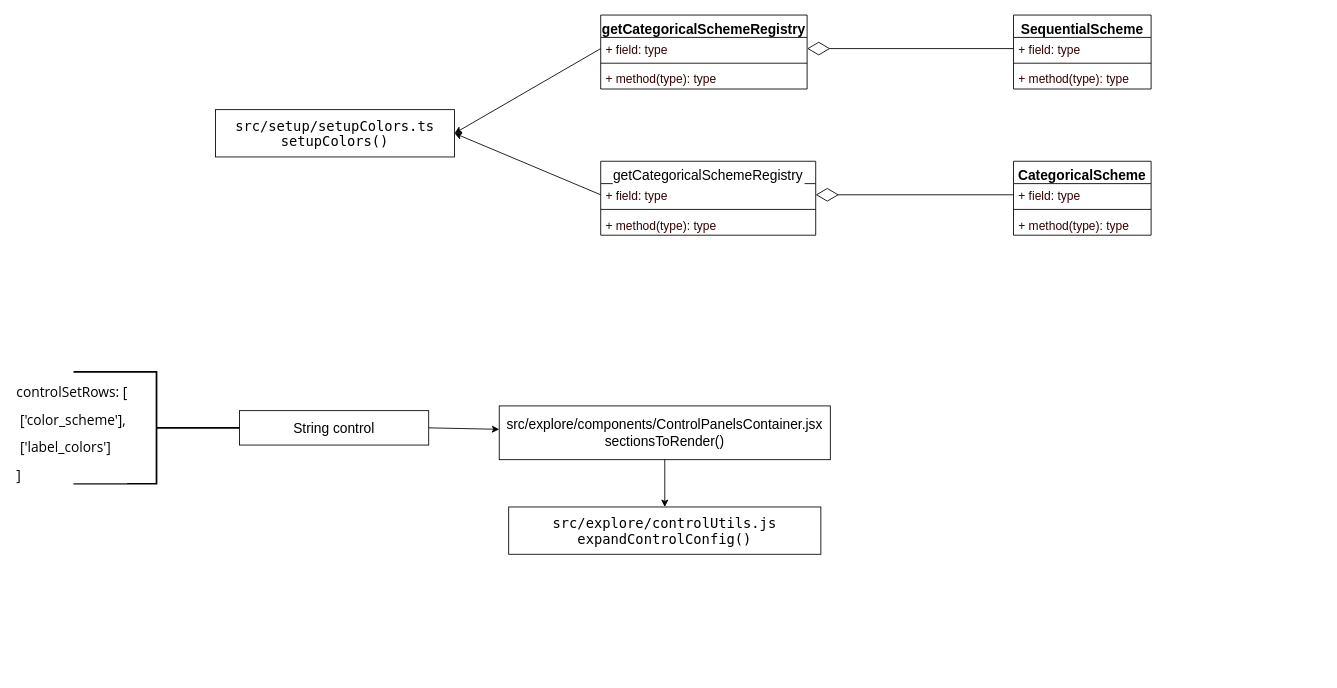
Earlier version of the draw.io diagram Untitled Diagram.drawio (wbbhacker/drawFile). Source tidied: cells renumbered, new cells numbered last; positions are measured from the earlier drawing's top-left corner, leaving out a move shared by most shapes. Both pictures are drawn from the tidied source at 86%, with x=0, y=0 at pixel (15, 15).
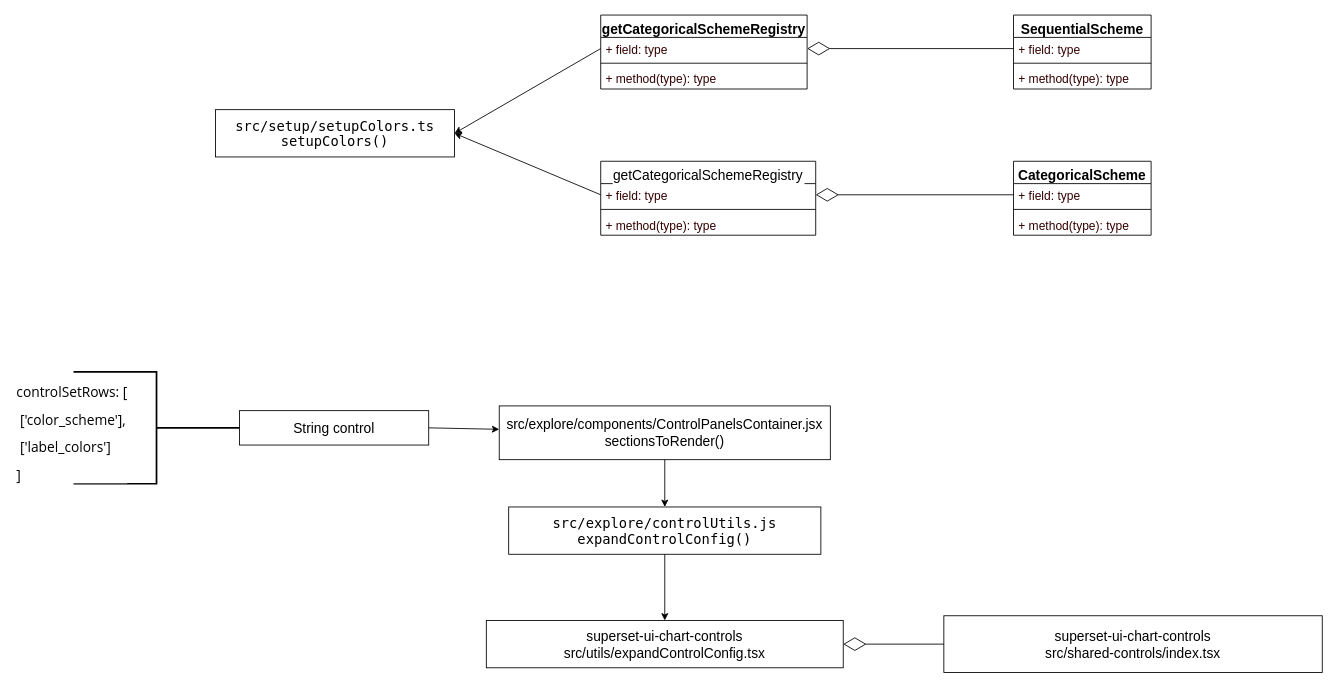
The same diagram, later.

Unchanged cells that the change refers to:
```xml
<mxCell id="25" value="&lt;div style=&quot;background-color: rgb(255 , 255 , 255) ; font-family: &amp;#34;menlo&amp;#34; , &amp;#34;monaco&amp;#34; , &amp;#34;courier new&amp;#34; , monospace ; line-height: 18px ; font-size: 16px&quot;&gt;&lt;font style=&quot;font-size: 16px&quot; color=&quot;#000000&quot;&gt;src/explore/controlUtils.js&lt;/font&gt;&lt;/div&gt;&lt;div style=&quot;background-color: rgb(255 , 255 , 255) ; font-family: &amp;#34;menlo&amp;#34; , &amp;#34;monaco&amp;#34; , &amp;#34;courier new&amp;#34; , monospace ; line-height: 18px ; font-size: 16px&quot;&gt;&lt;font style=&quot;font-size: 16px&quot; color=&quot;#000000&quot;&gt;expandControlConfig()&lt;/font&gt;&lt;/div&gt;" style="rounded=0;whiteSpace=wrap;html=1;fontSize=14;fontColor=#330000;" parent="1" vertex="1">
  <mxGeometry x="574" y="572" width="363" height="55" as="geometry" />
</mxCell>
```

Change to the diagram source:
```diff
@@
+    <mxCell id="31" value="superset-ui-chart-controls&lt;br&gt;src/shared-controls/index.tsx" style="rounded=0;whiteSpace=wrap;html=1;labelBackgroundColor=default;fontSize=16;fontColor=#000000;" parent="1" vertex="1">
+      <mxGeometry x="1080" y="698.5" width="440" height="66" as="geometry" />
+    </mxCell>
+    <mxCell id="32" value="&lt;span&gt;superset-ui-chart-controls&lt;br&gt;&lt;/span&gt;src/utils/expandControlConfig.tsx" style="rounded=0;whiteSpace=wrap;html=1;labelBackgroundColor=default;fontSize=16;fontColor=#000000;" parent="1" vertex="1">
+      <mxGeometry x="548" y="704" width="415" height="55" as="geometry" />
+    </mxCell>
+    <mxCell id="33" style="endArrow=classic;html=1;rounded=0;fontSize=16;fontColor=#000000;exitX=0.5;exitY=1;exitDx=0;exitDy=0;entryX=0.5;entryY=0;entryDx=0;entryDy=0;" parent="1" edge="1" source="25" target="32">
+      <mxGeometry relative="1" as="geometry" />
+    </mxCell>
+    <mxCell id="34" style="endArrow=diamondThin;endFill=0;endSize=24;html=1;rounded=0;fontSize=16;fontColor=#000000;exitX=0;exitY=0.5;exitDx=0;exitDy=0;entryX=1;entryY=0.5;entryDx=0;entryDy=0;" parent="1" edge="1" source="31" target="32">
+      <mxGeometry relative="1" as="geometry" />
+    </mxCell>
```
